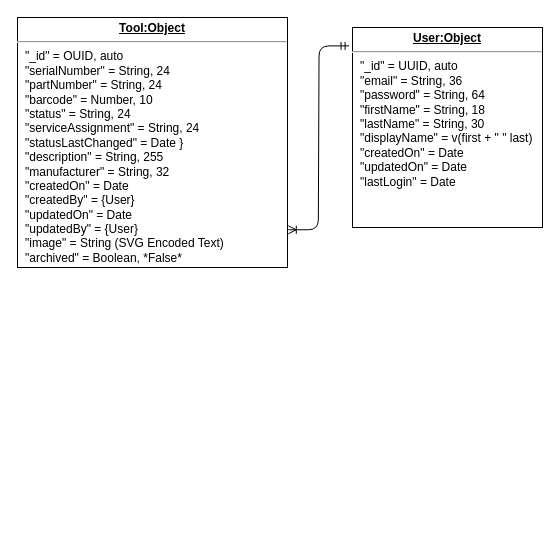
This is page "EntityRelation" (10 of 10) of initialDesign.drawio from DaveLuhman/toolkeeper, a draw.io file, before an edit. Source tidied: cells renumbered, new cells numbered last; positions are measured from the earlier drawing's top-left corner, leaving out a move shared by most shapes. Both pictures are drawn from the tidied source at 100%, with x=0, y=0 at pixel (17, 17).
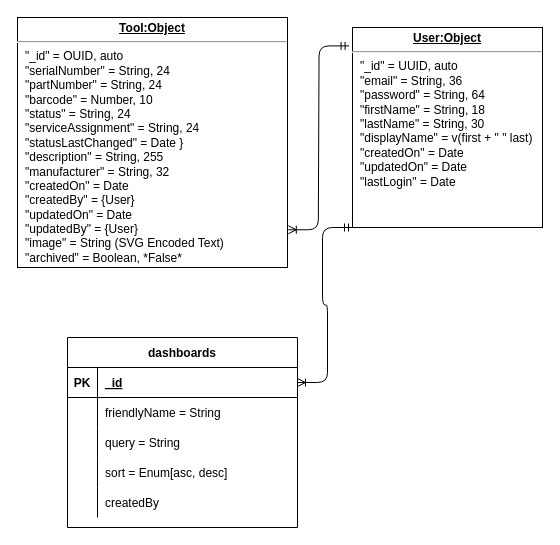
The same page after the edit.

The change refers to these unchanged cells:
```xml
<mxCell id="3" value="&lt;p style=&quot;margin: 0px ; margin-top: 4px ; text-align: center ; text-decoration: underline&quot;&gt;&lt;b&gt;User:Object&lt;/b&gt;&lt;/p&gt;&lt;hr&gt;&lt;p style=&quot;margin: 0px ; margin-left: 8px&quot;&gt;&quot;_id&quot; = UUID, auto&lt;br&gt;&quot;email&quot; = String, 36&lt;/p&gt;&lt;p style=&quot;margin: 0px ; margin-left: 8px&quot;&gt;&quot;password&quot; = String, 64&lt;br&gt;&quot;firstName&quot; = String, 18&lt;/p&gt;&lt;p style=&quot;margin: 0px ; margin-left: 8px&quot;&gt;&quot;lastName&quot; = String, 30&lt;/p&gt;&lt;p style=&quot;margin: 0px ; margin-left: 8px&quot;&gt;&quot;displayName&quot; = v(first + &quot; &quot; last)&lt;/p&gt;&lt;p style=&quot;margin: 0px ; margin-left: 8px&quot;&gt;&quot;createdOn&quot; = Date&lt;/p&gt;&lt;p style=&quot;margin: 0px ; margin-left: 8px&quot;&gt;&quot;updatedOn&quot; = Date&lt;br&gt;&lt;/p&gt;&lt;p style=&quot;margin: 0px ; margin-left: 8px&quot;&gt;&quot;lastLogin&quot; = Date&lt;/p&gt;" style="verticalAlign=top;align=left;overflow=fill;fontSize=12;fontFamily=Helvetica;html=1;" parent="1" vertex="1">
  <mxGeometry x="335" y="10" width="190" height="200" as="geometry" />
</mxCell>
```

Change to the diagram source:
```diff
@@
+    <mxCell id="5" value="dashboards" style="shape=table;startSize=30;childLayout=tableLayout;rowLines=0;fontStyle=1;align=center;" parent="1" vertex="1">
+      <mxGeometry x="50" y="320" width="230" height="190" as="geometry" />
+    </mxCell>
+    <mxCell id="6" style="shape=partialRectangle;fillColor=none;top=0;left=0;bottom=1;right=0;points=[[0,0.5],[1,0.5]];portConstraint=eastwest;" parent="5" vertex="1">
+      <mxGeometry y="30" width="230" height="30" as="geometry" />
+    </mxCell>
+    <mxCell id="7" value="PK" style="shape=partialRectangle;fillColor=none;top=0;left=0;bottom=0;right=0;fontStyle=1;overflow=hidden;" parent="6" vertex="1">
+      <mxGeometry width="30" height="30" as="geometry" />
+    </mxCell>
+    <mxCell id="8" value="_id" style="shape=partialRectangle;fillColor=none;top=0;left=0;bottom=0;right=0;align=left;spacingLeft=6;fontStyle=5;overflow=hidden;" parent="6" vertex="1">
+      <mxGeometry x="30" width="200" height="30" as="geometry" />
+    </mxCell>
+    <mxCell id="9" style="shape=partialRectangle;fillColor=none;top=0;left=0;bottom=0;right=0;" parent="5" vertex="1">
+      <mxGeometry y="60" width="230" height="30" as="geometry" />
+    </mxCell>
+    <mxCell id="10" style="shape=partialRectangle;fillColor=none;top=0;left=0;bottom=0;right=0;overflow=hidden;" parent="9" vertex="1">
+      <mxGeometry width="30" height="30" as="geometry" />
+    </mxCell>
+    <mxCell id="11" value="friendlyName = String" style="shape=partialRectangle;fillColor=none;top=0;left=0;bottom=0;right=0;align=left;spacingLeft=6;overflow=hidden;" parent="9" vertex="1">
+      <mxGeometry x="30" width="200" height="30" as="geometry" />
+    </mxCell>
+    <mxCell id="12" style="shape=partialRectangle;fillColor=none;top=0;left=0;bottom=0;right=0;" parent="5" vertex="1">
+      <mxGeometry y="90" width="230" height="30" as="geometry" />
+    </mxCell>
+    <mxCell id="13" style="shape=partialRectangle;fillColor=none;top=0;left=0;bottom=0;right=0;overflow=hidden;" parent="12" vertex="1">
+      <mxGeometry width="30" height="30" as="geometry" />
+    </mxCell>
+    <mxCell id="14" value="query = String" style="shape=partialRectangle;fillColor=none;top=0;left=0;bottom=0;right=0;align=left;spacingLeft=6;overflow=hidden;" parent="12" vertex="1">
+      <mxGeometry x="30" width="200" height="30" as="geometry" />
+    </mxCell>
+    <mxCell id="15" style="shape=partialRectangle;fillColor=none;top=0;left=0;bottom=0;right=0;" parent="5" vertex="1">
+      <mxGeometry y="120" width="230" height="30" as="geometry" />
+    </mxCell>
+    <mxCell id="16" style="shape=partialRectangle;fillColor=none;top=0;left=0;bottom=0;right=0;overflow=hidden;" parent="15" vertex="1">
+      <mxGeometry width="30" height="30" as="geometry" />
+    </mxCell>
+    <mxCell id="17" value="sort = Enum[asc, desc]" style="shape=partialRectangle;fillColor=none;top=0;left=0;bottom=0;right=0;align=left;spacingLeft=6;overflow=hidden;" parent="15" vertex="1">
+      <mxGeometry x="30" width="200" height="30" as="geometry" />
+    </mxCell>
+    <mxCell id="18" style="shape=partialRectangle;fillColor=none;top=0;left=0;bottom=0;right=0;" parent="5" vertex="1">
+      <mxGeometry y="150" width="230" height="30" as="geometry" />
+    </mxCell>
+    <mxCell id="19" style="shape=partialRectangle;fillColor=none;top=0;left=0;bottom=0;right=0;overflow=hidden;" parent="18" vertex="1">
+      <mxGeometry width="30" height="30" as="geometry" />
+    </mxCell>
+    <mxCell id="20" value="createdBy" style="shape=partialRectangle;fillColor=none;top=0;left=0;bottom=0;right=0;align=left;spacingLeft=6;overflow=hidden;" parent="18" vertex="1">
+      <mxGeometry x="30" width="200" height="30" as="geometry" />
+    </mxCell>
+    <mxCell id="21" style="edgeStyle=entityRelationEdgeStyle;fontSize=12;html=1;endArrow=ERoneToMany;startArrow=ERmandOne;exitX=0;exitY=1;exitDx=0;exitDy=0;" parent="1" edge="1" source="3" target="6">
+      <mxGeometry relative="1" as="geometry" />
+    </mxCell>
```
